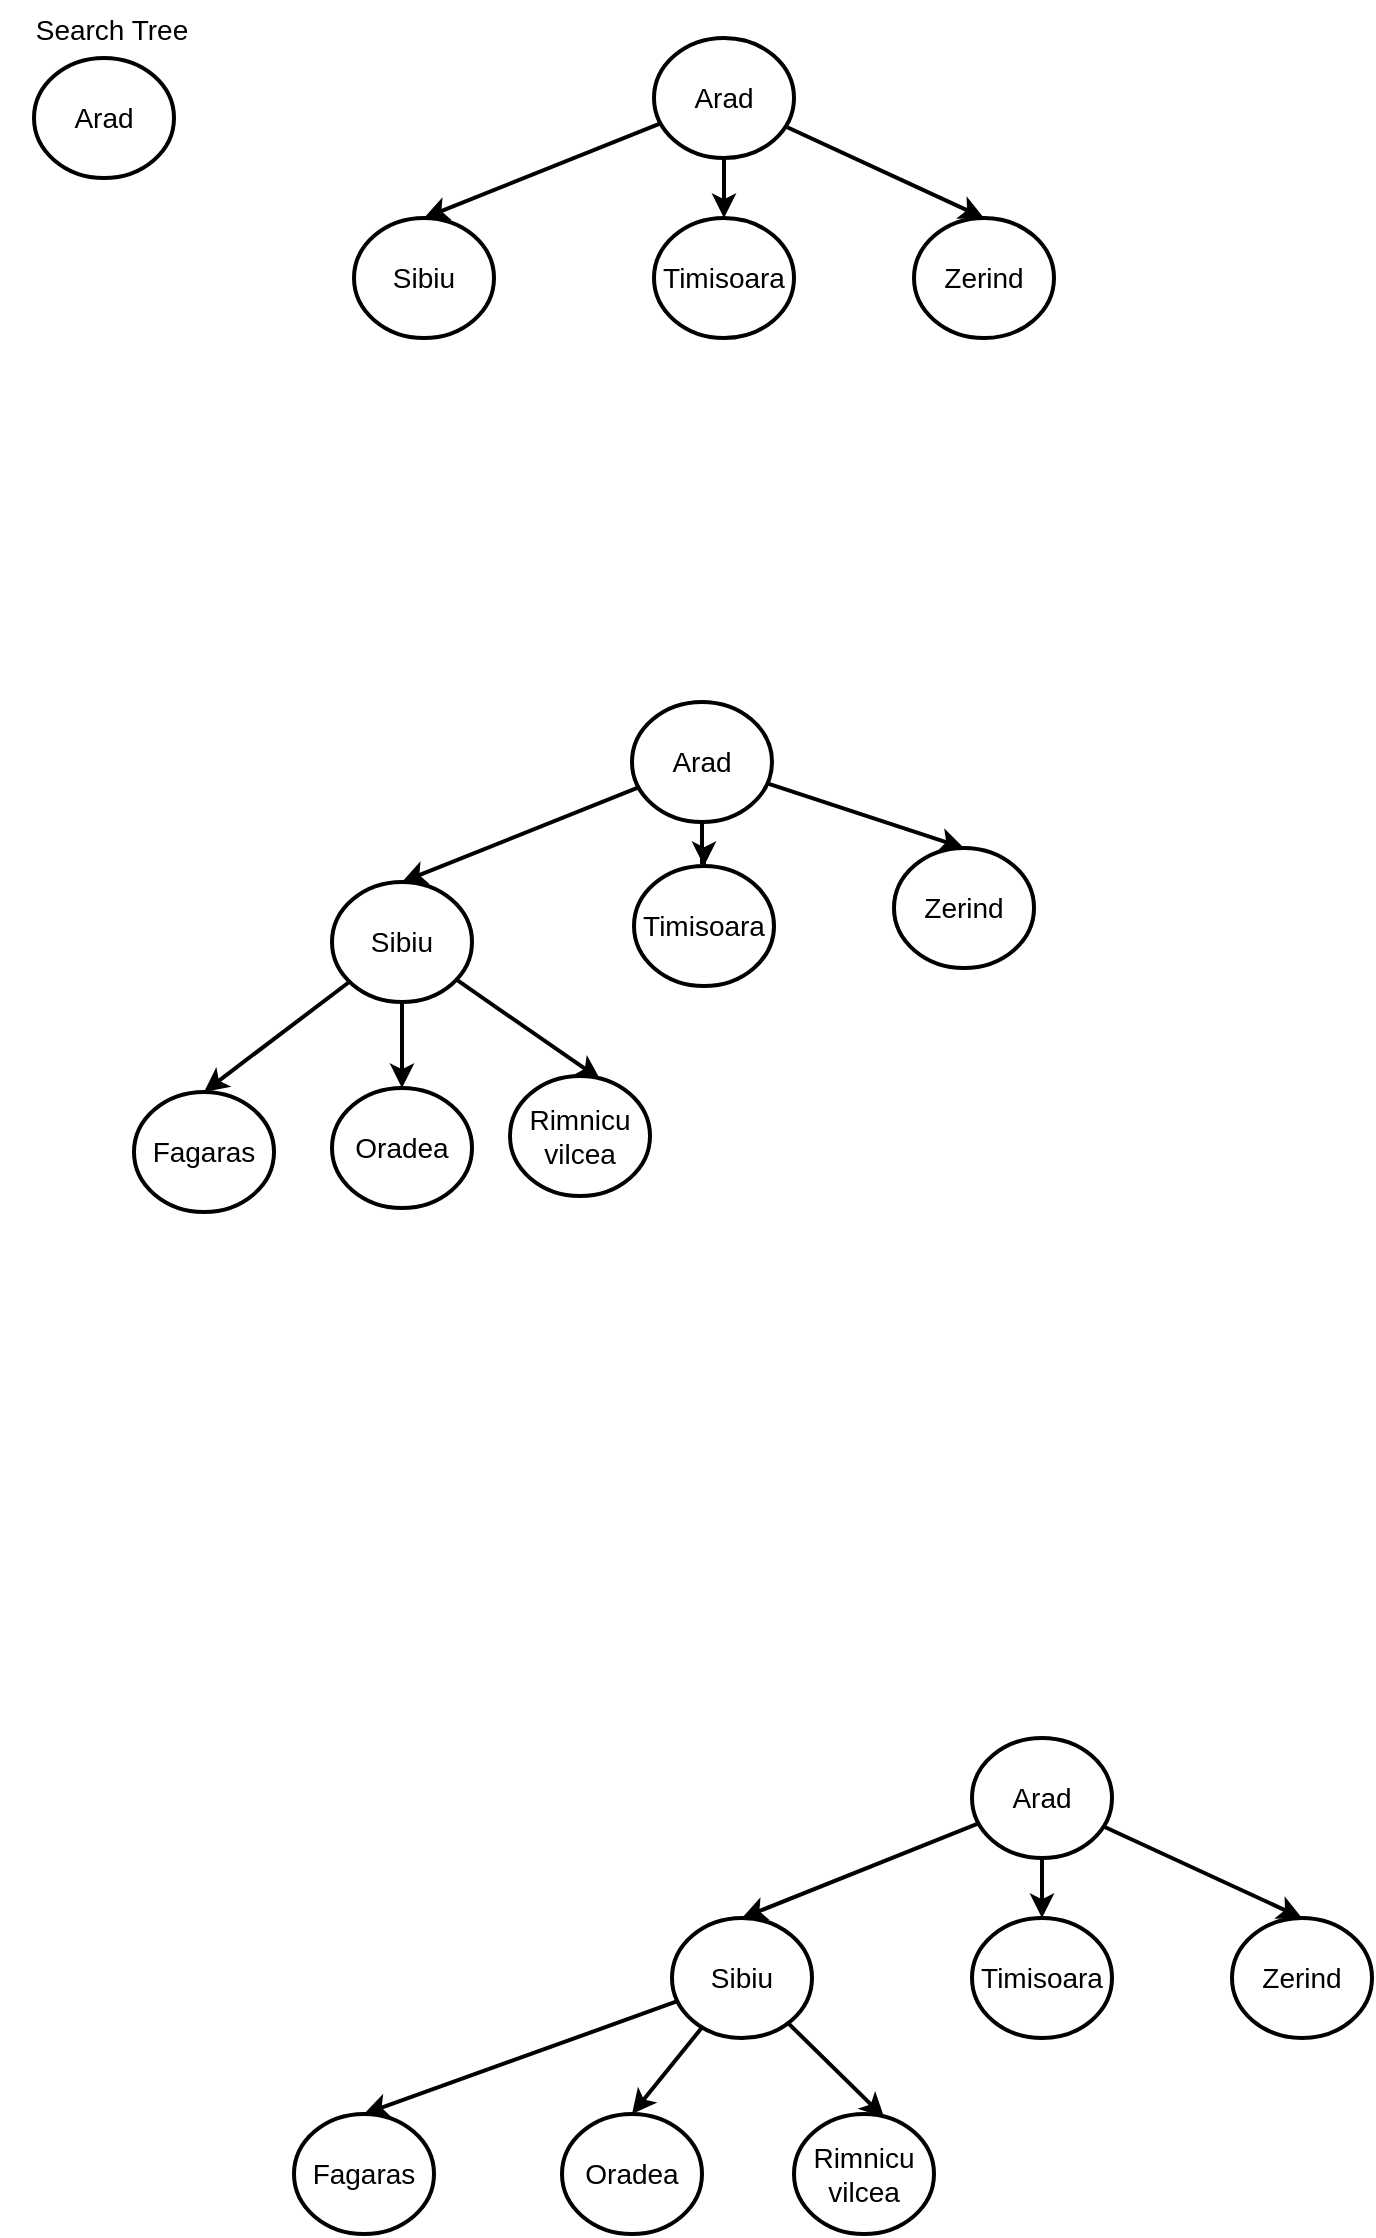
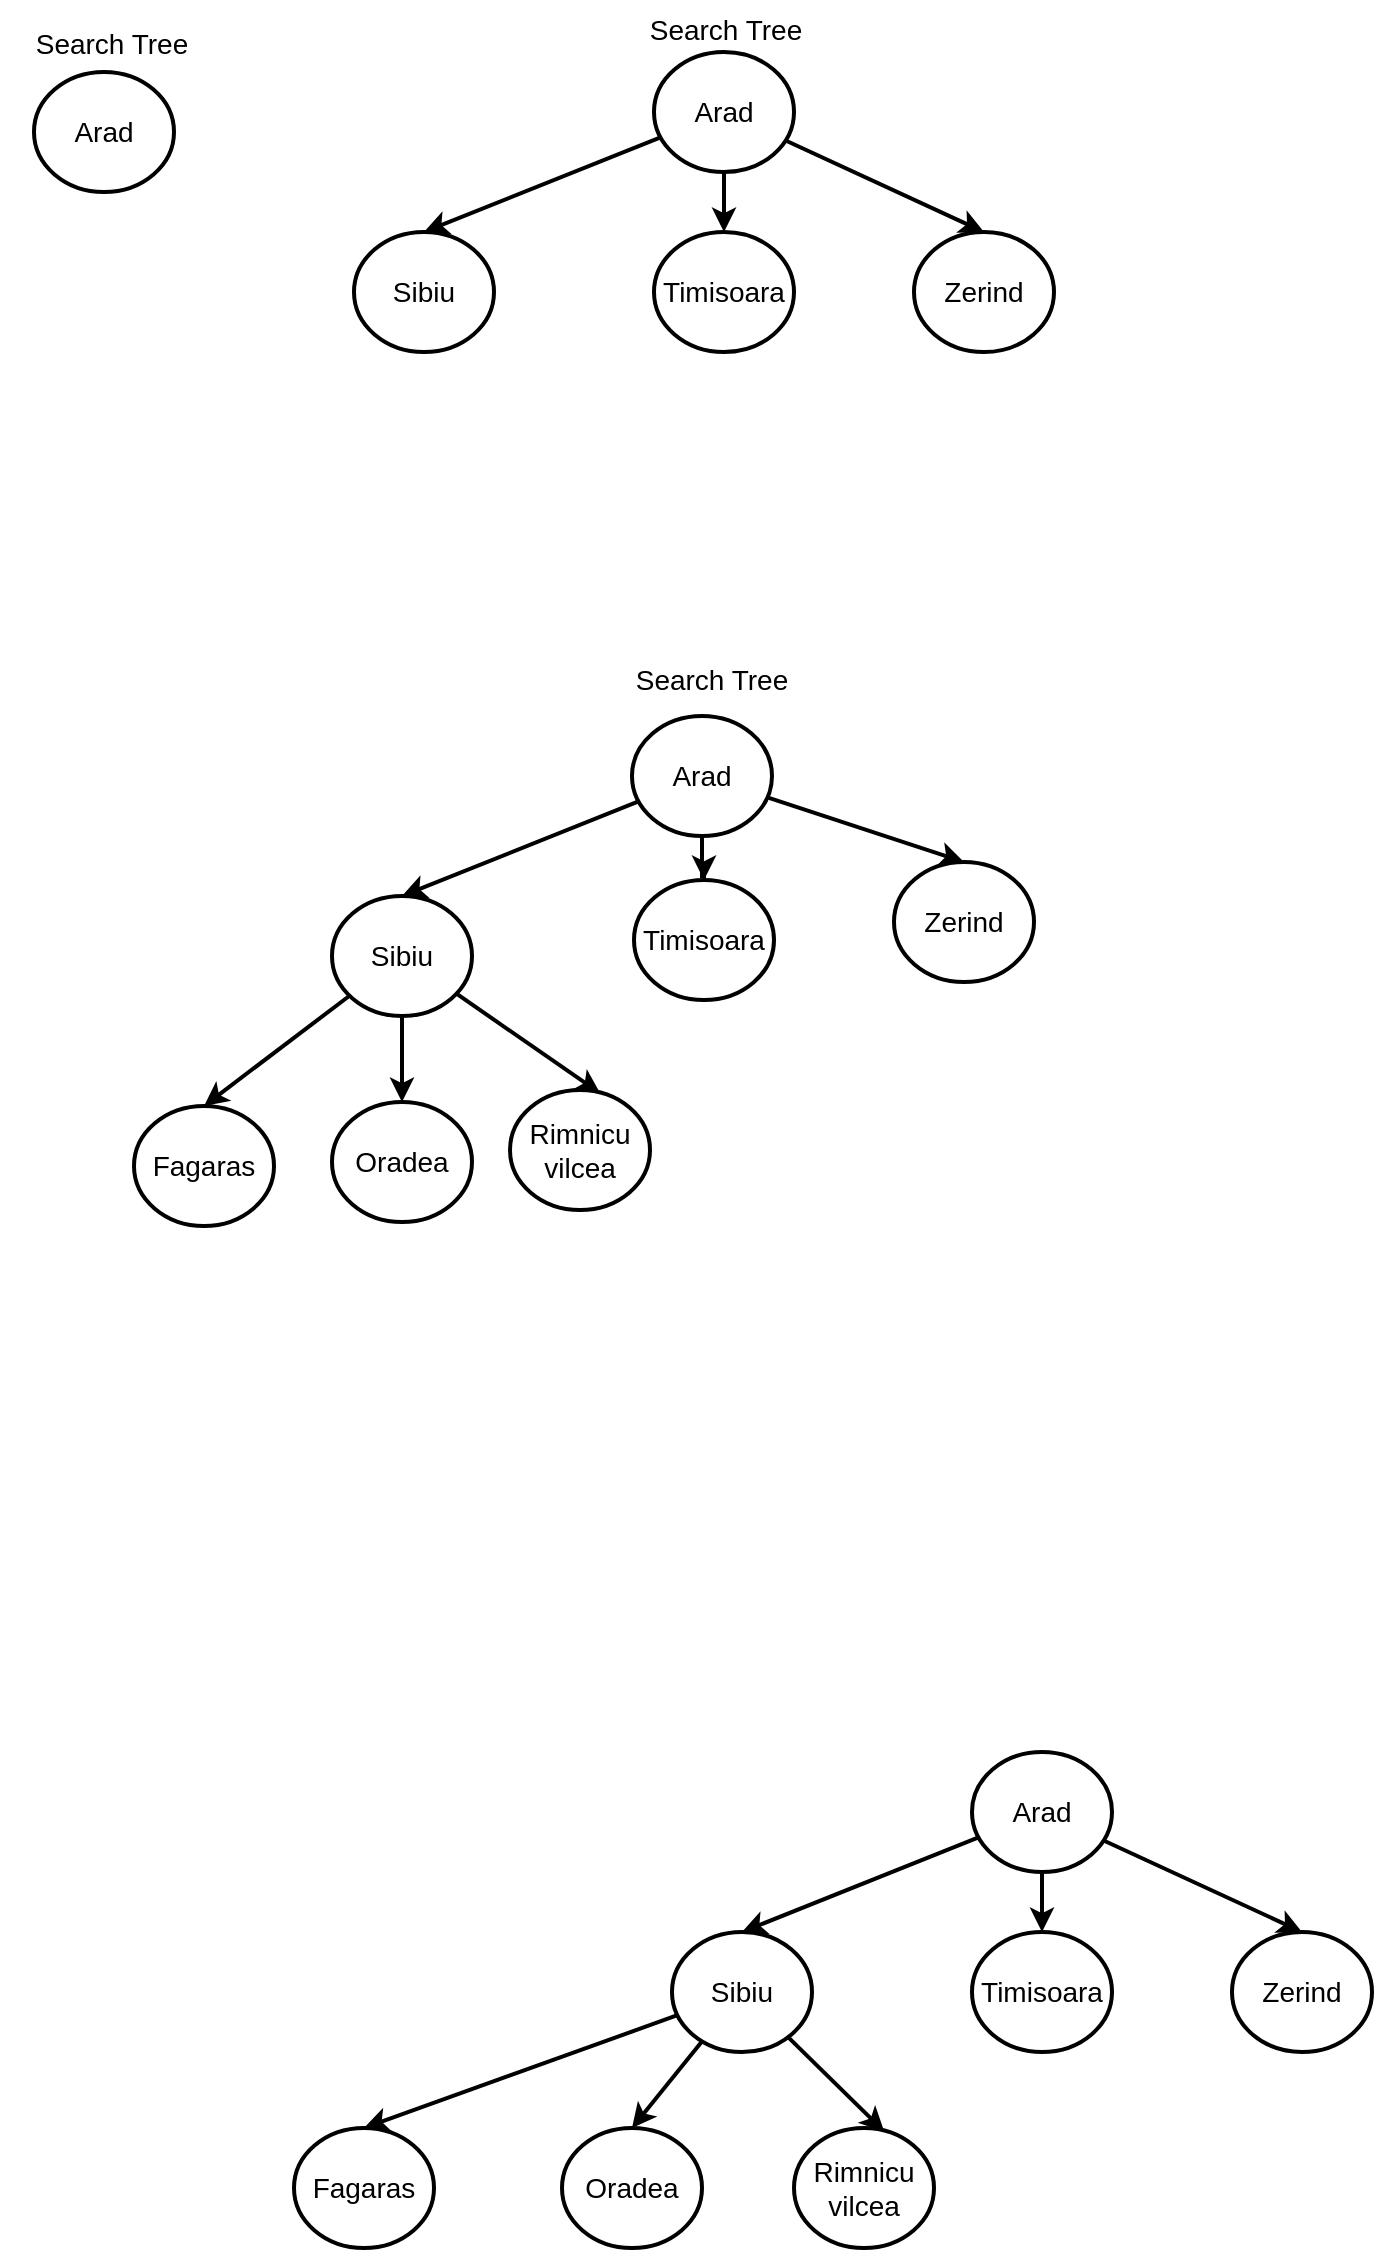
<mxfile host="app.diagrams.net">
  <diagram name="Page-1" id="BSzVWueWxRZ0f2yqvMc-">
    <mxGraphModel dx="656" dy="351" grid="0" gridSize="10" guides="0" tooltips="1" connect="1" arrows="1" fold="1" page="1" pageScale="1" pageWidth="850" pageHeight="1100" math="0" shadow="0">
      <root>
        <mxCell id="0" />
        <mxCell id="1" parent="0" />
        <mxCell id="DJkdPokyCSNuBn839fvl-1" parent="1" style="ellipse;whiteSpace=wrap;html=1;strokeWidth=2;fontSize=14;" value="Arad" vertex="1">
          <mxGeometry height="60" width="70" x="80" y="40" as="geometry" />
        </mxCell>
        <mxCell id="DJkdPokyCSNuBn839fvl-6" edge="1" parent="1" source="DJkdPokyCSNuBn839fvl-2" style="rounded=0;orthogonalLoop=1;jettySize=auto;html=1;entryX=0.5;entryY=0;entryDx=0;entryDy=0;strokeWidth=2;" target="DJkdPokyCSNuBn839fvl-3">
          <mxGeometry relative="1" as="geometry" />
        </mxCell>
        <mxCell id="DJkdPokyCSNuBn839fvl-7" edge="1" parent="1" source="DJkdPokyCSNuBn839fvl-2" style="edgeStyle=orthogonalEdgeStyle;rounded=0;orthogonalLoop=1;jettySize=auto;html=1;strokeWidth=2;" target="DJkdPokyCSNuBn839fvl-4" value="">
          <mxGeometry relative="1" as="geometry" />
        </mxCell>
        <mxCell id="DJkdPokyCSNuBn839fvl-8" edge="1" parent="1" source="DJkdPokyCSNuBn839fvl-2" style="rounded=0;orthogonalLoop=1;jettySize=auto;html=1;entryX=0.5;entryY=0;entryDx=0;entryDy=0;strokeWidth=2;" target="DJkdPokyCSNuBn839fvl-5">
          <mxGeometry relative="1" as="geometry" />
        </mxCell>
        <mxCell id="DJkdPokyCSNuBn839fvl-2" parent="1" style="ellipse;whiteSpace=wrap;html=1;strokeWidth=2;fontSize=14;" value="Arad" vertex="1">
          <mxGeometry height="60" width="70" x="390" y="30" as="geometry" />
        </mxCell>
        <mxCell id="DJkdPokyCSNuBn839fvl-3" parent="1" style="ellipse;whiteSpace=wrap;html=1;strokeWidth=2;fontSize=14;" value="Sibiu" vertex="1">
          <mxGeometry height="60" width="70" x="240" y="120" as="geometry" />
        </mxCell>
        <mxCell id="DJkdPokyCSNuBn839fvl-4" parent="1" style="ellipse;whiteSpace=wrap;html=1;strokeWidth=2;fontSize=14;" value="Timisoara" vertex="1">
          <mxGeometry height="60" width="70" x="390" y="120" as="geometry" />
        </mxCell>
        <mxCell id="DJkdPokyCSNuBn839fvl-5" parent="1" style="ellipse;whiteSpace=wrap;html=1;strokeWidth=2;fontSize=14;" value="Zerind" vertex="1">
          <mxGeometry height="60" width="70" x="520" y="120" as="geometry" />
        </mxCell>
        <mxCell id="DJkdPokyCSNuBn839fvl-9" edge="1" parent="1" source="DJkdPokyCSNuBn839fvl-12" style="rounded=0;orthogonalLoop=1;jettySize=auto;html=1;entryX=0.5;entryY=0;entryDx=0;entryDy=0;strokeWidth=2;" target="DJkdPokyCSNuBn839fvl-13">
          <mxGeometry relative="1" as="geometry" />
        </mxCell>
        <mxCell id="DJkdPokyCSNuBn839fvl-10" edge="1" parent="1" source="DJkdPokyCSNuBn839fvl-12" style="edgeStyle=orthogonalEdgeStyle;rounded=0;orthogonalLoop=1;jettySize=auto;html=1;strokeWidth=2;" target="DJkdPokyCSNuBn839fvl-14" value="">
          <mxGeometry relative="1" as="geometry" />
        </mxCell>
        <mxCell id="DJkdPokyCSNuBn839fvl-11" edge="1" parent="1" source="DJkdPokyCSNuBn839fvl-12" style="rounded=0;orthogonalLoop=1;jettySize=auto;html=1;entryX=0.5;entryY=0;entryDx=0;entryDy=0;strokeWidth=2;" target="DJkdPokyCSNuBn839fvl-15">
          <mxGeometry relative="1" as="geometry" />
        </mxCell>
        <mxCell id="DJkdPokyCSNuBn839fvl-12" parent="1" style="ellipse;whiteSpace=wrap;html=1;strokeWidth=2;fontSize=14;" value="Arad" vertex="1">
          <mxGeometry height="60" width="70" x="379" y="362" as="geometry" />
        </mxCell>
        <mxCell id="DJkdPokyCSNuBn839fvl-20" edge="1" parent="1" source="DJkdPokyCSNuBn839fvl-13" style="rounded=0;orthogonalLoop=1;jettySize=auto;html=1;entryX=0.5;entryY=0;entryDx=0;entryDy=0;strokeWidth=2;" target="DJkdPokyCSNuBn839fvl-16">
          <mxGeometry relative="1" as="geometry" />
        </mxCell>
        <mxCell id="DJkdPokyCSNuBn839fvl-22" edge="1" parent="1" source="DJkdPokyCSNuBn839fvl-13" style="rounded=0;orthogonalLoop=1;jettySize=auto;html=1;entryX=0.5;entryY=0;entryDx=0;entryDy=0;strokeWidth=2;" target="DJkdPokyCSNuBn839fvl-17">
          <mxGeometry relative="1" as="geometry" />
        </mxCell>
        <mxCell id="DJkdPokyCSNuBn839fvl-13" parent="1" style="ellipse;whiteSpace=wrap;html=1;strokeWidth=2;fontSize=14;" value="Sibiu" vertex="1">
          <mxGeometry height="60" width="70" x="229" y="452" as="geometry" />
        </mxCell>
        <mxCell id="DJkdPokyCSNuBn839fvl-14" parent="1" style="ellipse;whiteSpace=wrap;html=1;strokeWidth=2;fontSize=14;" value="Timisoara" vertex="1">
          <mxGeometry height="60" width="70" x="380" y="444" as="geometry" />
        </mxCell>
        <mxCell id="DJkdPokyCSNuBn839fvl-15" parent="1" style="ellipse;whiteSpace=wrap;html=1;strokeWidth=2;fontSize=14;" value="Zerind" vertex="1">
          <mxGeometry height="60" width="70" x="510" y="435" as="geometry" />
        </mxCell>
        <mxCell id="DJkdPokyCSNuBn839fvl-16" parent="1" style="ellipse;whiteSpace=wrap;html=1;strokeWidth=2;fontSize=14;" value="Fagaras" vertex="1">
          <mxGeometry height="60" width="70" x="130" y="557" as="geometry" />
        </mxCell>
        <mxCell id="DJkdPokyCSNuBn839fvl-17" parent="1" style="ellipse;whiteSpace=wrap;html=1;strokeWidth=2;fontSize=14;" value="Oradea" vertex="1">
          <mxGeometry height="60" width="70" x="229" y="555" as="geometry" />
        </mxCell>
        <mxCell id="DJkdPokyCSNuBn839fvl-18" parent="1" style="ellipse;whiteSpace=wrap;html=1;strokeWidth=2;fontSize=14;" value="Rimnicu vilcea" vertex="1">
          <mxGeometry height="60" width="70" x="318" y="549" as="geometry" />
        </mxCell>
        <mxCell id="Ml4Ql19CaX9xTliP9EH--1" edge="1" parent="1" source="DJkdPokyCSNuBn839fvl-13" style="rounded=0;orthogonalLoop=1;jettySize=auto;html=1;entryX=0.644;entryY=0.028;entryDx=0;entryDy=0;entryPerimeter=0;strokeWidth=2;" target="DJkdPokyCSNuBn839fvl-18">
          <mxGeometry relative="1" as="geometry" />
        </mxCell>
        <mxCell id="Ml4Ql19CaX9xTliP9EH--2" edge="1" parent="1" source="Ml4Ql19CaX9xTliP9EH--5" style="rounded=0;orthogonalLoop=1;jettySize=auto;html=1;entryX=0.5;entryY=0;entryDx=0;entryDy=0;strokeWidth=2;" target="Ml4Ql19CaX9xTliP9EH--8">
          <mxGeometry relative="1" as="geometry" />
        </mxCell>
        <mxCell id="Ml4Ql19CaX9xTliP9EH--3" edge="1" parent="1" source="Ml4Ql19CaX9xTliP9EH--5" style="edgeStyle=orthogonalEdgeStyle;rounded=0;orthogonalLoop=1;jettySize=auto;html=1;strokeWidth=2;" target="Ml4Ql19CaX9xTliP9EH--9" value="">
          <mxGeometry relative="1" as="geometry" />
        </mxCell>
        <mxCell id="Ml4Ql19CaX9xTliP9EH--4" edge="1" parent="1" source="Ml4Ql19CaX9xTliP9EH--5" style="rounded=0;orthogonalLoop=1;jettySize=auto;html=1;entryX=0.5;entryY=0;entryDx=0;entryDy=0;strokeWidth=2;" target="Ml4Ql19CaX9xTliP9EH--10">
          <mxGeometry relative="1" as="geometry" />
        </mxCell>
        <mxCell id="Ml4Ql19CaX9xTliP9EH--5" parent="1" style="ellipse;whiteSpace=wrap;html=1;strokeWidth=2;fontSize=14;" value="Arad" vertex="1">
          <mxGeometry height="60" width="70" x="549" y="880" as="geometry" />
        </mxCell>
        <mxCell id="Ml4Ql19CaX9xTliP9EH--6" edge="1" parent="1" source="Ml4Ql19CaX9xTliP9EH--8" style="rounded=0;orthogonalLoop=1;jettySize=auto;html=1;entryX=0.5;entryY=0;entryDx=0;entryDy=0;strokeWidth=2;" target="Ml4Ql19CaX9xTliP9EH--11">
          <mxGeometry relative="1" as="geometry" />
        </mxCell>
        <mxCell id="Ml4Ql19CaX9xTliP9EH--7" edge="1" parent="1" source="Ml4Ql19CaX9xTliP9EH--8" style="rounded=0;orthogonalLoop=1;jettySize=auto;html=1;entryX=0.5;entryY=0;entryDx=0;entryDy=0;strokeWidth=2;" target="Ml4Ql19CaX9xTliP9EH--12">
          <mxGeometry relative="1" as="geometry" />
        </mxCell>
        <mxCell id="Ml4Ql19CaX9xTliP9EH--8" parent="1" style="ellipse;whiteSpace=wrap;html=1;strokeWidth=2;fontSize=14;" value="Sibiu" vertex="1">
          <mxGeometry height="60" width="70" x="399" y="970" as="geometry" />
        </mxCell>
        <mxCell id="Ml4Ql19CaX9xTliP9EH--9" parent="1" style="ellipse;whiteSpace=wrap;html=1;strokeWidth=2;fontSize=14;" value="Timisoara" vertex="1">
          <mxGeometry height="60" width="70" x="549" y="970" as="geometry" />
        </mxCell>
        <mxCell id="Ml4Ql19CaX9xTliP9EH--10" parent="1" style="ellipse;whiteSpace=wrap;html=1;strokeWidth=2;fontSize=14;" value="Zerind" vertex="1">
          <mxGeometry height="60" width="70" x="679" y="970" as="geometry" />
        </mxCell>
        <mxCell id="Ml4Ql19CaX9xTliP9EH--11" parent="1" style="ellipse;whiteSpace=wrap;html=1;strokeWidth=2;fontSize=14;" value="Fagaras" vertex="1">
          <mxGeometry height="60" width="70" x="210" y="1068" as="geometry" />
        </mxCell>
        <mxCell id="Ml4Ql19CaX9xTliP9EH--12" parent="1" style="ellipse;whiteSpace=wrap;html=1;strokeWidth=2;fontSize=14;" value="Oradea" vertex="1">
          <mxGeometry height="60" width="70" x="344" y="1068" as="geometry" />
        </mxCell>
        <mxCell id="Ml4Ql19CaX9xTliP9EH--13" parent="1" style="ellipse;whiteSpace=wrap;html=1;strokeWidth=2;fontSize=14;" value="Rimnicu vilcea" vertex="1">
          <mxGeometry height="60" width="70" x="460" y="1068" as="geometry" />
        </mxCell>
        <mxCell id="Ml4Ql19CaX9xTliP9EH--14" edge="1" parent="1" source="Ml4Ql19CaX9xTliP9EH--8" style="rounded=0;orthogonalLoop=1;jettySize=auto;html=1;entryX=0.644;entryY=0.028;entryDx=0;entryDy=0;entryPerimeter=0;strokeWidth=2;" target="Ml4Ql19CaX9xTliP9EH--13">
          <mxGeometry relative="1" as="geometry" />
        </mxCell>
        <mxCell id="Ml4Ql19CaX9xTliP9EH--15" parent="1" style="text;html=1;whiteSpace=wrap;strokeColor=none;fillColor=none;align=center;verticalAlign=middle;rounded=0;fontSize=14;" value="Search Tree" vertex="1">
          <mxGeometry height="30" width="112" x="63" y="11" as="geometry" />
        </mxCell>
+         <mxCell id="Ml4Ql19CaX9xTliP9EH--16" parent="1" style="text;html=1;whiteSpace=wrap;strokeColor=none;fillColor=none;align=center;verticalAlign=middle;rounded=0;fontSize=14;" value="Search Tree" vertex="1">
+           <mxGeometry height="30" width="112" x="370" y="4" as="geometry" />
+         </mxCell>
+         <mxCell id="Ml4Ql19CaX9xTliP9EH--17" parent="1" style="text;html=1;whiteSpace=wrap;strokeColor=none;fillColor=none;align=center;verticalAlign=middle;rounded=0;fontSize=14;" value="Search Tree" vertex="1">
+           <mxGeometry height="30" width="112" x="363" y="329" as="geometry" />
+         </mxCell>
      </root>
    </mxGraphModel>
  </diagram>
</mxfile>
